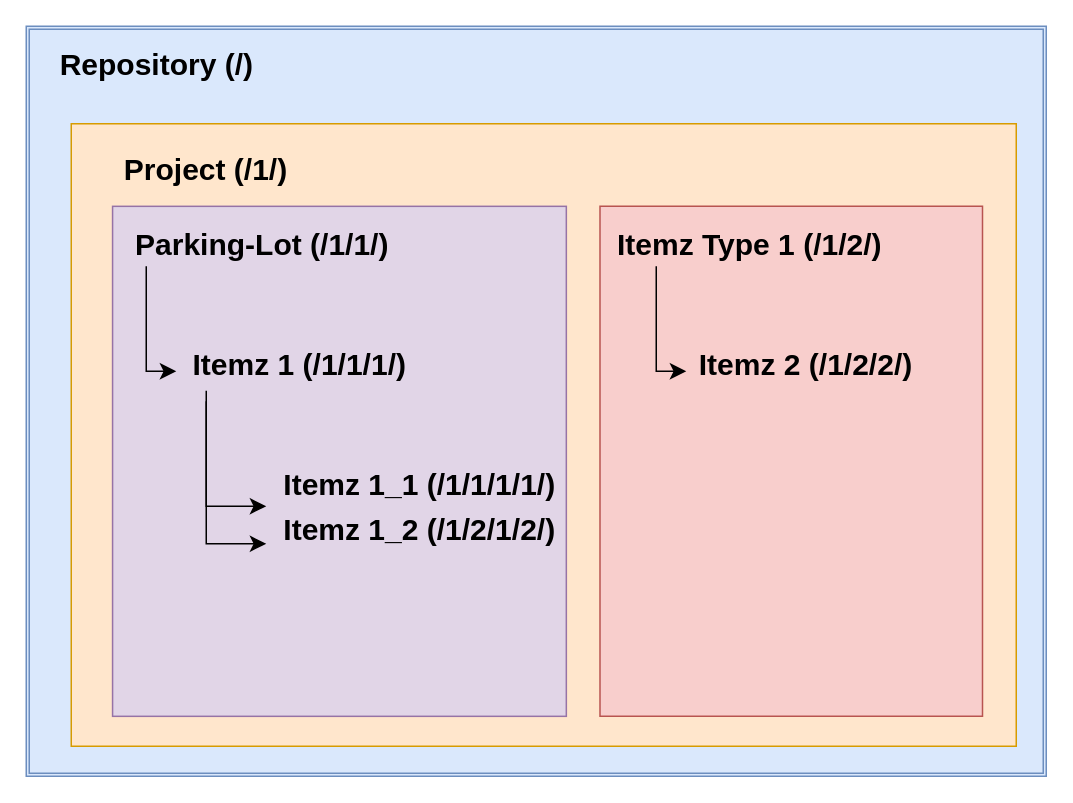
Before: ItemzAPI/01 Docs and Notes/Concept-Of-Hierarchy/Diagrams/030_ItemzHierarchyStructure.drawio in Dharmesh-Shah/ItemzAPI, a draw.io diagram. Source tidied: cells renumbered, new cells numbered last; positions are measured from the earlier drawing's top-left corner, leaving out a move shared by most shapes. Both pictures are drawn from the tidied source at 150%, with x=0, y=0 at pixel (26, 26).
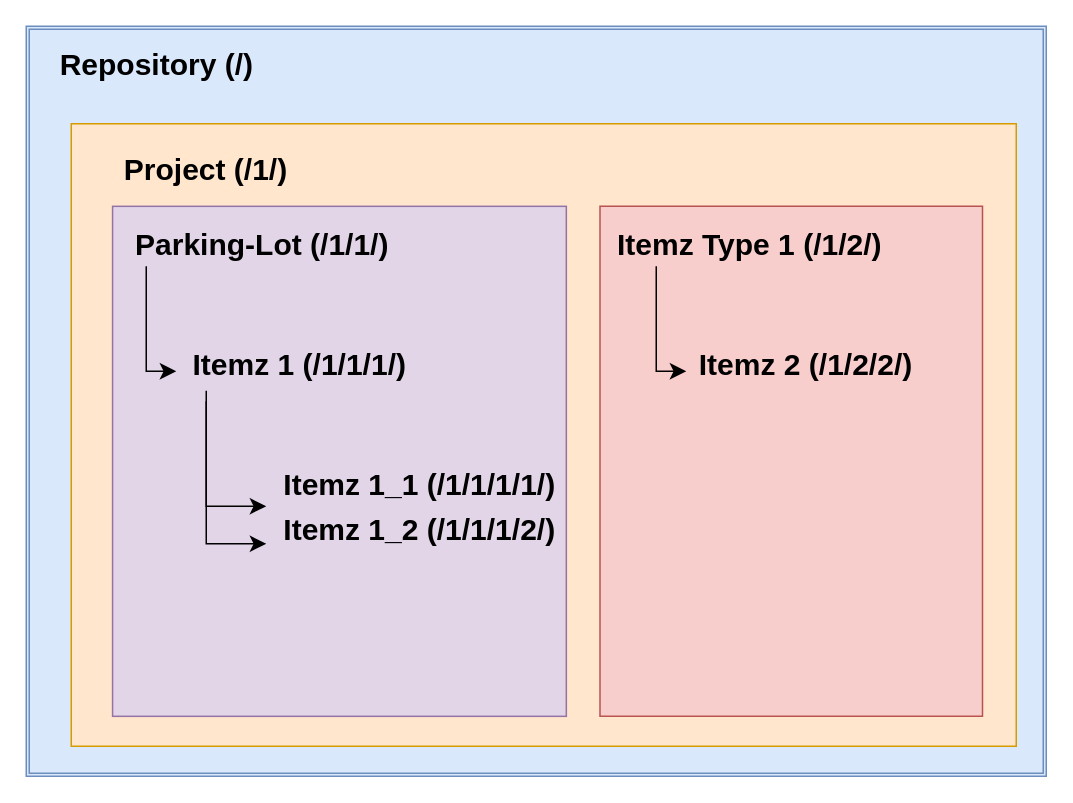
The same page after the edit.

The edit, as a diff of the source:
```diff
@@
-    <mxCell id="12" value="&lt;span style=&quot;font-size: 20px;&quot;&gt;&lt;b&gt;Itemz 1_2 (/1/2/1/2/)&lt;/b&gt;&lt;/span&gt;" style="text;strokeColor=none;align=center;fillColor=none;html=1;verticalAlign=middle;whiteSpace=wrap;rounded=0;" parent="1" vertex="1">
+    <mxCell id="12" value="&lt;span style=&quot;font-size: 20px;&quot;&gt;&lt;b&gt;Itemz 1_2 (/1/1/1/2/)&lt;/b&gt;&lt;/span&gt;" style="text;strokeColor=none;align=center;fillColor=none;html=1;verticalAlign=middle;whiteSpace=wrap;rounded=0;" parent="1" vertex="1">
       <mxGeometry x="170" y="320" width="185" height="30" as="geometry" />
     </mxCell>
```
